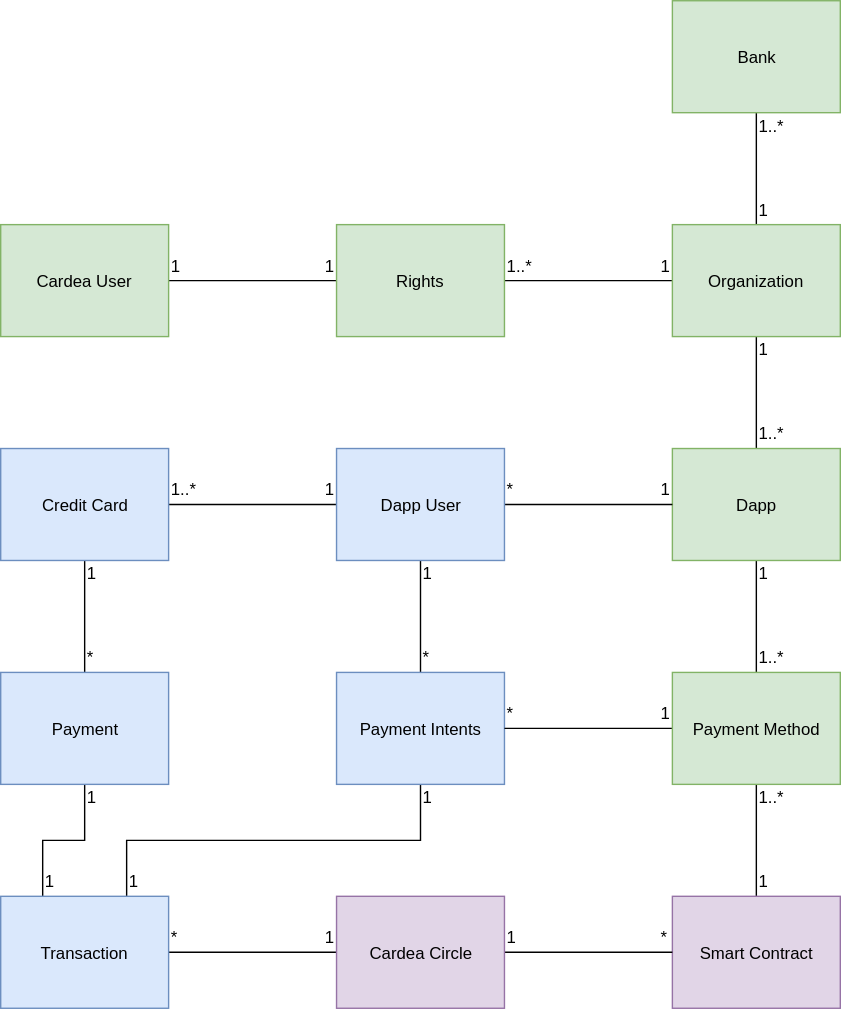
cardeapay/stack keeps this draw.io diagram as docs/srs/resources/4_1_domain_model.svg. Above is the earlier version. Source tidied: cells renumbered, new cells last; positions are measured from the earlier drawing's top-left corner, leaving out a move shared by most shapes.
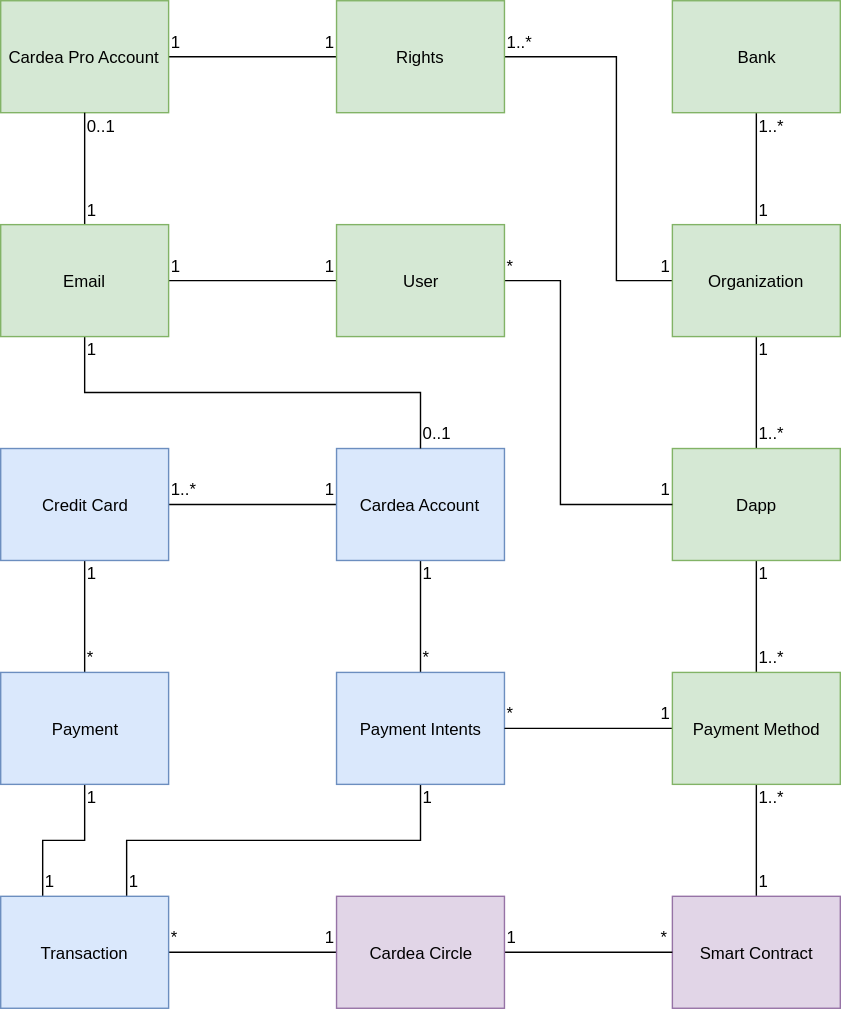
Above is the later version.

Commit message:
fix(srs): user types clarifications

Change to the diagram source:
```diff
@@ -5,14 +5,19 @@
     <mxCell id="2" style="edgeStyle=orthogonalEdgeStyle;rounded=0;jettySize=auto;html=1;exitX=1;exitY=0.5;exitDx=0;exitDy=0;entryX=0;entryY=0.5;entryDx=0;entryDy=0;endArrow=none;endFill=0;" parent="1" edge="1" source="3" target="5">
       <mxGeometry relative="1" as="geometry" />
     </mxCell>
-    <mxCell id="3" value="Cardea User" style="html=1;fillColor=#d5e8d4;strokeColor=#82b366;" parent="1" vertex="1">
-      <mxGeometry y="160" width="120" height="80" as="geometry" />
+    <mxCell id="3" value="Cardea Pro Account" style="html=1;fillColor=#d5e8d4;strokeColor=#82b366;" parent="1" vertex="1">
+      <mxGeometry width="120" height="80" as="geometry" />
     </mxCell>
     <mxCell id="4" style="edgeStyle=orthogonalEdgeStyle;rounded=0;jettySize=auto;html=1;exitX=1;exitY=0.5;exitDx=0;exitDy=0;entryX=0;entryY=0.5;entryDx=0;entryDy=0;endArrow=none;endFill=0;" parent="1" edge="1" source="5" target="8">
-      <mxGeometry relative="1" as="geometry" />
+      <mxGeometry relative="1" as="geometry">
+        <Array as="points">
+          <mxPoint x="440" y="40" />
+          <mxPoint x="440" y="200" />
+        </Array>
+      </mxGeometry>
     </mxCell>
     <mxCell id="5" value="Rights" style="html=1;fillColor=#d5e8d4;strokeColor=#82b366;" parent="1" vertex="1">
-      <mxGeometry x="240" y="160" width="120" height="80" as="geometry" />
+      <mxGeometry x="240" width="120" height="80" as="geometry" />
     </mxCell>
     <mxCell id="6" style="edgeStyle=orthogonalEdgeStyle;rounded=0;jettySize=auto;html=1;exitX=0.5;exitY=0;exitDx=0;exitDy=0;entryX=0.5;entryY=1;entryDx=0;entryDy=0;endArrow=none;endFill=0;" parent="1" edge="1" source="8" target="9">
       <mxGeometry relative="1" as="geometry" />
@@ -32,16 +37,13 @@
     <mxCell id="11" value="Dapp" style="html=1;fillColor=#d5e8d4;strokeColor=#82b366;" parent="1" vertex="1">
       <mxGeometry x="480" y="320" width="120" height="80" as="geometry" />
     </mxCell>
-    <mxCell id="12" style="edgeStyle=orthogonalEdgeStyle;rounded=0;jettySize=auto;html=1;exitX=1;exitY=0.5;exitDx=0;exitDy=0;entryX=0;entryY=0.5;entryDx=0;entryDy=0;endArrow=none;endFill=0;" parent="1" edge="1" source="15" target="11">
-      <mxGeometry relative="1" as="geometry" />
-    </mxCell>
     <mxCell id="13" style="edgeStyle=orthogonalEdgeStyle;rounded=0;jettySize=auto;html=1;exitX=0;exitY=0.5;exitDx=0;exitDy=0;entryX=1;entryY=0.5;entryDx=0;entryDy=0;endArrow=none;endFill=0;" parent="1" edge="1" source="15" target="17">
       <mxGeometry relative="1" as="geometry" />
     </mxCell>
     <mxCell id="14" style="edgeStyle=orthogonalEdgeStyle;rounded=0;jettySize=auto;html=1;exitX=0.5;exitY=1;exitDx=0;exitDy=0;entryX=0.5;entryY=0;entryDx=0;entryDy=0;endArrow=none;endFill=0;" parent="1" edge="1" source="15" target="19">
       <mxGeometry relative="1" as="geometry" />
     </mxCell>
-    <mxCell id="15" value="Dapp User" style="html=1;fillColor=#dae8fc;strokeColor=#6c8ebf;" parent="1" vertex="1">
+    <mxCell id="15" value="Cardea Account" style="html=1;fillColor=#dae8fc;strokeColor=#6c8ebf;" parent="1" vertex="1">
       <mxGeometry x="240" y="320" width="120" height="80" as="geometry" />
     </mxCell>
     <mxCell id="16" style="edgeStyle=orthogonalEdgeStyle;rounded=0;jettySize=auto;html=1;exitX=0.5;exitY=1;exitDx=0;exitDy=0;entryX=0.5;entryY=0;entryDx=0;entryDy=0;endArrow=none;endFill=0;" parent="1" edge="1" source="17" target="21">
@@ -87,10 +89,10 @@
       <mxGeometry x="240" y="640" width="120" height="80" as="geometry" />
     </mxCell>
     <mxCell id="30" value="1" style="text;html=1;align=left;verticalAlign=top;spacingTop=-4;" parent="1" vertex="1">
-      <mxGeometry x="120" y="180" width="20" height="20" as="geometry" />
+      <mxGeometry x="120" y="20" width="20" height="20" as="geometry" />
     </mxCell>
     <mxCell id="31" value="1" style="text;html=1;align=left;verticalAlign=top;spacingTop=-4;" parent="1" vertex="1">
-      <mxGeometry x="230" y="180" width="20" height="20" as="geometry" />
+      <mxGeometry x="230" y="20" width="20" height="20" as="geometry" />
     </mxCell>
     <mxCell id="32" value="1" style="text;html=1;align=left;verticalAlign=top;spacingTop=-4;" parent="1" vertex="1">
       <mxGeometry x="470" y="180" width="20" height="20" as="geometry" />
@@ -101,9 +103,6 @@
     <mxCell id="34" value="1" style="text;html=1;align=left;verticalAlign=top;spacingTop=-4;" parent="1" vertex="1">
       <mxGeometry x="540" y="400" width="20" height="20" as="geometry" />
     </mxCell>
-    <mxCell id="35" value="1" style="text;html=1;align=left;verticalAlign=top;spacingTop=-4;" parent="1" vertex="1">
-      <mxGeometry x="470" y="340" width="20" height="20" as="geometry" />
-    </mxCell>
     <mxCell id="36" value="1" style="text;html=1;align=left;verticalAlign=top;spacingTop=-4;" parent="1" vertex="1">
       <mxGeometry x="230" y="340" width="20" height="20" as="geometry" />
     </mxCell>
@@ -149,9 +148,6 @@
     <mxCell id="50" value="*" style="text;html=1;align=left;verticalAlign=top;spacingTop=-4;" parent="1" vertex="1">
       <mxGeometry x="360" y="500" width="20" height="20" as="geometry" />
     </mxCell>
-    <mxCell id="51" value="*" style="text;html=1;align=left;verticalAlign=top;spacingTop=-4;" parent="1" vertex="1">
-      <mxGeometry x="360" y="340" width="20" height="20" as="geometry" />
-    </mxCell>
     <mxCell id="52" value="1..*" style="text;html=1;align=left;verticalAlign=top;spacingTop=-4;" parent="1" vertex="1">
       <mxGeometry x="120" y="340" width="30" height="20" as="geometry" />
     </mxCell>
@@ -165,7 +161,7 @@
       <mxGeometry x="540" y="80" width="30" height="20" as="geometry" />
     </mxCell>
     <mxCell id="56" value="1..*" style="text;html=1;align=left;verticalAlign=top;spacingTop=-4;" parent="1" vertex="1">
-      <mxGeometry x="360" y="180" width="30" height="20" as="geometry" />
+      <mxGeometry x="360" y="20" width="30" height="20" as="geometry" />
     </mxCell>
     <mxCell id="57" value="1..*" style="text;html=1;align=left;verticalAlign=top;spacingTop=-4;" parent="1" vertex="1">
       <mxGeometry x="540" y="300" width="30" height="20" as="geometry" />
@@ -176,5 +172,52 @@
     <mxCell id="59" value="*" style="text;html=1;align=left;verticalAlign=top;spacingTop=-4;" parent="1" vertex="1">
       <mxGeometry x="300" y="460" width="20" height="20" as="geometry" />
     </mxCell>
+    <mxCell id="60" style="edgeStyle=orthogonalEdgeStyle;rounded=0;jettySize=auto;html=1;exitX=0;exitY=0.5;exitDx=0;exitDy=0;entryX=1;entryY=0.5;entryDx=0;entryDy=0;endArrow=none;endFill=0;" parent="1" edge="1" source="62" target="65">
+      <mxGeometry relative="1" as="geometry" />
+    </mxCell>
+    <mxCell id="61" style="edgeStyle=orthogonalEdgeStyle;rounded=0;jettySize=auto;html=1;exitX=1;exitY=0.5;exitDx=0;exitDy=0;entryX=0;entryY=0.5;entryDx=0;entryDy=0;endArrow=none;endFill=0;" parent="1" edge="1" source="62" target="11">
+      <mxGeometry relative="1" as="geometry">
+        <Array as="points">
+          <mxPoint x="400" y="200" />
+          <mxPoint x="400" y="360" />
+        </Array>
+      </mxGeometry>
+    </mxCell>
+    <mxCell id="62" value="User" style="html=1;fillColor=#d5e8d4;strokeColor=#82b366;" parent="1" vertex="1">
+      <mxGeometry x="240" y="160" width="120" height="80" as="geometry" />
+    </mxCell>
+    <mxCell id="63" style="edgeStyle=orthogonalEdgeStyle;rounded=0;jettySize=auto;html=1;exitX=0.5;exitY=0;exitDx=0;exitDy=0;entryX=0.5;entryY=1;entryDx=0;entryDy=0;endArrow=none;endFill=0;" parent="1" edge="1" source="65" target="3">
+      <mxGeometry relative="1" as="geometry" />
+    </mxCell>
+    <mxCell id="64" style="edgeStyle=orthogonalEdgeStyle;rounded=0;jettySize=auto;html=1;exitX=0.5;exitY=1;exitDx=0;exitDy=0;entryX=0.5;entryY=0;entryDx=0;entryDy=0;endArrow=none;endFill=0;" parent="1" edge="1" source="65" target="15">
+      <mxGeometry relative="1" as="geometry" />
+    </mxCell>
+    <mxCell id="65" value="Email" style="html=1;fillColor=#d5e8d4;strokeColor=#82b366;" parent="1" vertex="1">
+      <mxGeometry y="160" width="120" height="80" as="geometry" />
+    </mxCell>
+    <mxCell id="66" value="1" style="text;html=1;align=left;verticalAlign=top;spacingTop=-4;" parent="1" vertex="1">
+      <mxGeometry x="230" y="180" width="20" height="20" as="geometry" />
+    </mxCell>
+    <mxCell id="67" value="1" style="text;html=1;align=left;verticalAlign=top;spacingTop=-4;" parent="1" vertex="1">
+      <mxGeometry x="120" y="180" width="20" height="20" as="geometry" />
+    </mxCell>
+    <mxCell id="68" value="1" style="text;html=1;align=left;verticalAlign=top;spacingTop=-4;" parent="1" vertex="1">
+      <mxGeometry x="60" y="140" width="20" height="20" as="geometry" />
+    </mxCell>
+    <mxCell id="69" value="0..1" style="text;html=1;align=left;verticalAlign=top;spacingTop=-4;" parent="1" vertex="1">
+      <mxGeometry x="60" y="80" width="40" height="20" as="geometry" />
+    </mxCell>
+    <mxCell id="70" value="1" style="text;html=1;align=left;verticalAlign=top;spacingTop=-4;" parent="1" vertex="1">
+      <mxGeometry x="60" y="240" width="20" height="20" as="geometry" />
+    </mxCell>
+    <mxCell id="71" value="0..1" style="text;html=1;align=left;verticalAlign=top;spacingTop=-4;" parent="1" vertex="1">
+      <mxGeometry x="300" y="300" width="40" height="20" as="geometry" />
+    </mxCell>
+    <mxCell id="35" value="1" style="text;html=1;align=left;verticalAlign=top;spacingTop=-4;" parent="1" vertex="1">
+      <mxGeometry x="470" y="340" width="20" height="20" as="geometry" />
+    </mxCell>
+    <mxCell id="51" value="*" style="text;html=1;align=left;verticalAlign=top;spacingTop=-4;" parent="1" vertex="1">
+      <mxGeometry x="360" y="180" width="20" height="20" as="geometry" />
+    </mxCell>
   </root>
 </mxGraphModel>
```
